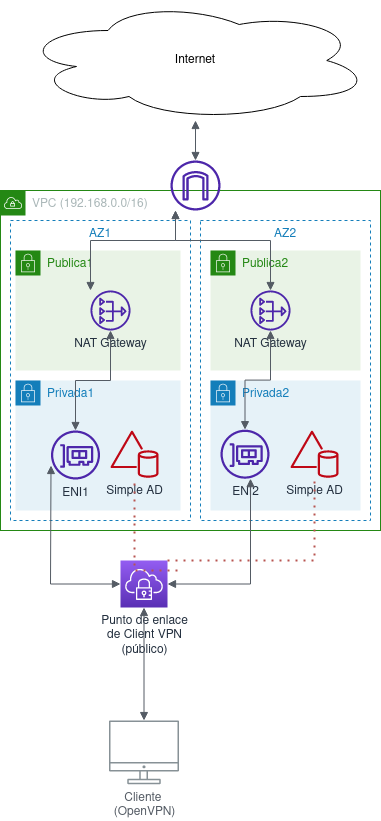
Above: images/client-vpn.png in jose-emilio/aws-client-vpn-AD (draw.io), before the change. Source tidied: cells renumbered, new cells last; positions are measured from the earlier drawing's top-left corner, leaving out a move shared by most shapes.
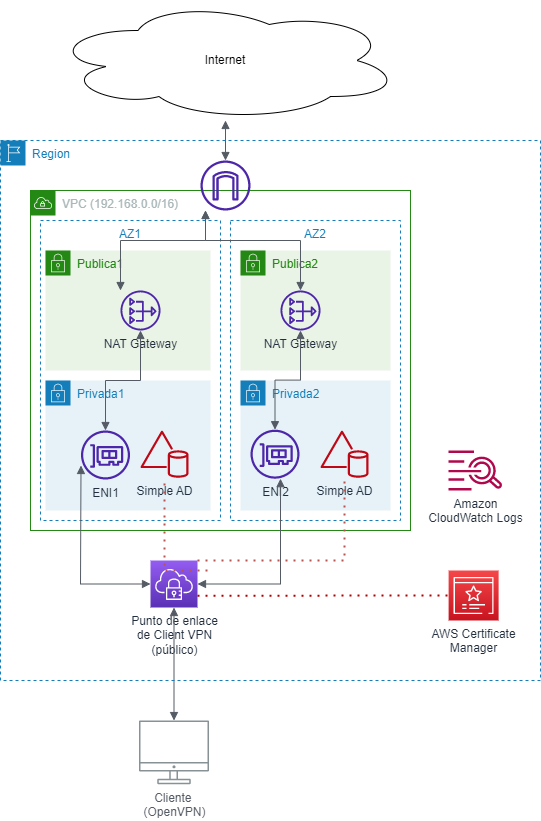
Above is the later version.

Commit message:
Updated architecture diagram and instructions

The edit, as a diff of the source:
```diff
@@ -111,5 +111,17 @@
         </Array>
       </mxGeometry>
     </mxCell>
+    <mxCell id="29" value="AWS Certificate&lt;br&gt;Manager" style="sketch=0;points=[[0,0,0],[0.25,0,0],[0.5,0,0],[0.75,0,0],[1,0,0],[0,1,0],[0.25,1,0],[0.5,1,0],[0.75,1,0],[1,1,0],[0,0.25,0],[0,0.5,0],[0,0.75,0],[1,0.25,0],[1,0.5,0],[1,0.75,0]];outlineConnect=0;fontColor=#232F3E;gradientColor=#F54749;gradientDirection=north;fillColor=#C7131F;strokeColor=#ffffff;dashed=0;verticalLabelPosition=bottom;verticalAlign=top;align=center;html=1;fontSize=12;fontStyle=0;shape=mxgraph.aws4.resourceIcon;resIcon=mxgraph.aws4.certificate_manager_3;" parent="1" vertex="1">
+      <mxGeometry x="418.1" y="570" width="50" height="50" as="geometry" />
+    </mxCell>
+    <mxCell id="30" value="Amazon&lt;br&gt;CloudWatch Logs" style="sketch=0;fontColor=#232F3E;gradientColor=none;fillColor=#B0084D;strokeColor=none;dashed=0;verticalLabelPosition=bottom;verticalAlign=top;align=center;html=1;fontSize=12;fontStyle=0;shape=mxgraph.aws4.logs;" parent="1" vertex="1">
+      <mxGeometry x="418.1" y="450" width="53.8" height="40" as="geometry" />
+    </mxCell>
+    <mxCell id="31" style="endArrow=none;dashed=1;html=1;dashPattern=1 3;strokeWidth=2;rounded=0;entryX=0;entryY=0.5;entryDx=0;entryDy=0;entryPerimeter=0;exitX=1;exitY=0.75;exitDx=0;exitDy=0;exitPerimeter=0;fillColor=#e51400;strokeColor=#B20000;" parent="1" edge="1" source="18" target="29">
+      <mxGeometry relative="1" as="geometry" />
+    </mxCell>
+    <mxCell id="32" value="Region" style="gradientColor=none;html=1;whiteSpace=wrap;fontSize=12;fontStyle=0;shape=mxgraph.aws4.group;grIcon=mxgraph.aws4.group_region;strokeColor=#147EBA;fillColor=none;verticalAlign=top;align=left;spacingLeft=30;fontColor=#147EBA;dashed=1;" parent="1" vertex="1">
+      <mxGeometry x="-30" y="140" width="540" height="540" as="geometry" />
+    </mxCell>
   </root>
 </mxGraphModel>
```
